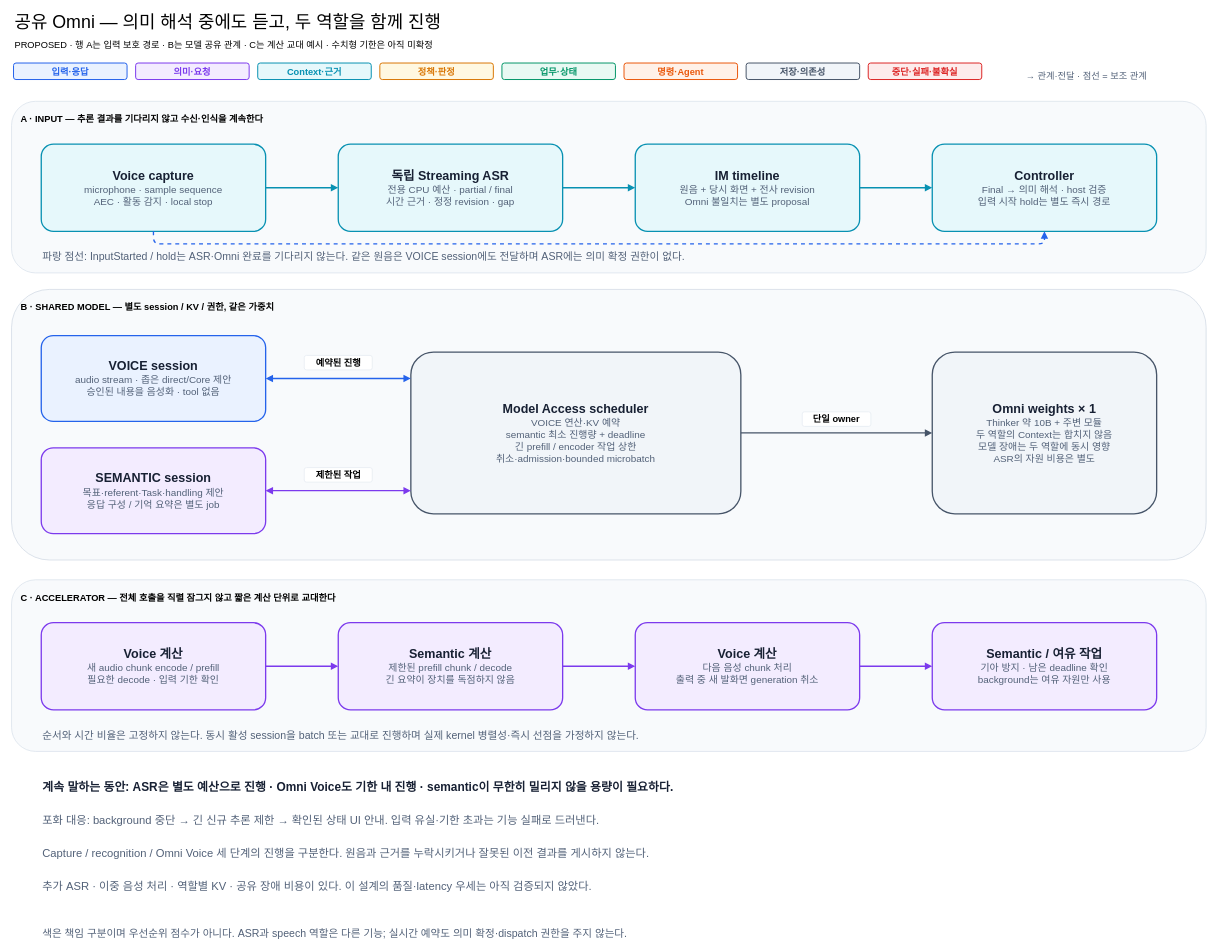
This is docs/architecture/12-decisions/target-architecture/diagrams/11-shared-omni-scheduling.drawio from cbyche/via-sw-architecture, a draw.io file, before an edit. Source tidied: cells renumbered, new cells numbered last; positions are measured from the earlier drawing's top-left corner, leaving out a move shared by most shapes. Both pictures are drawn from the tidied source at 66%, with x=0, y=0 at pixel (11, 12).
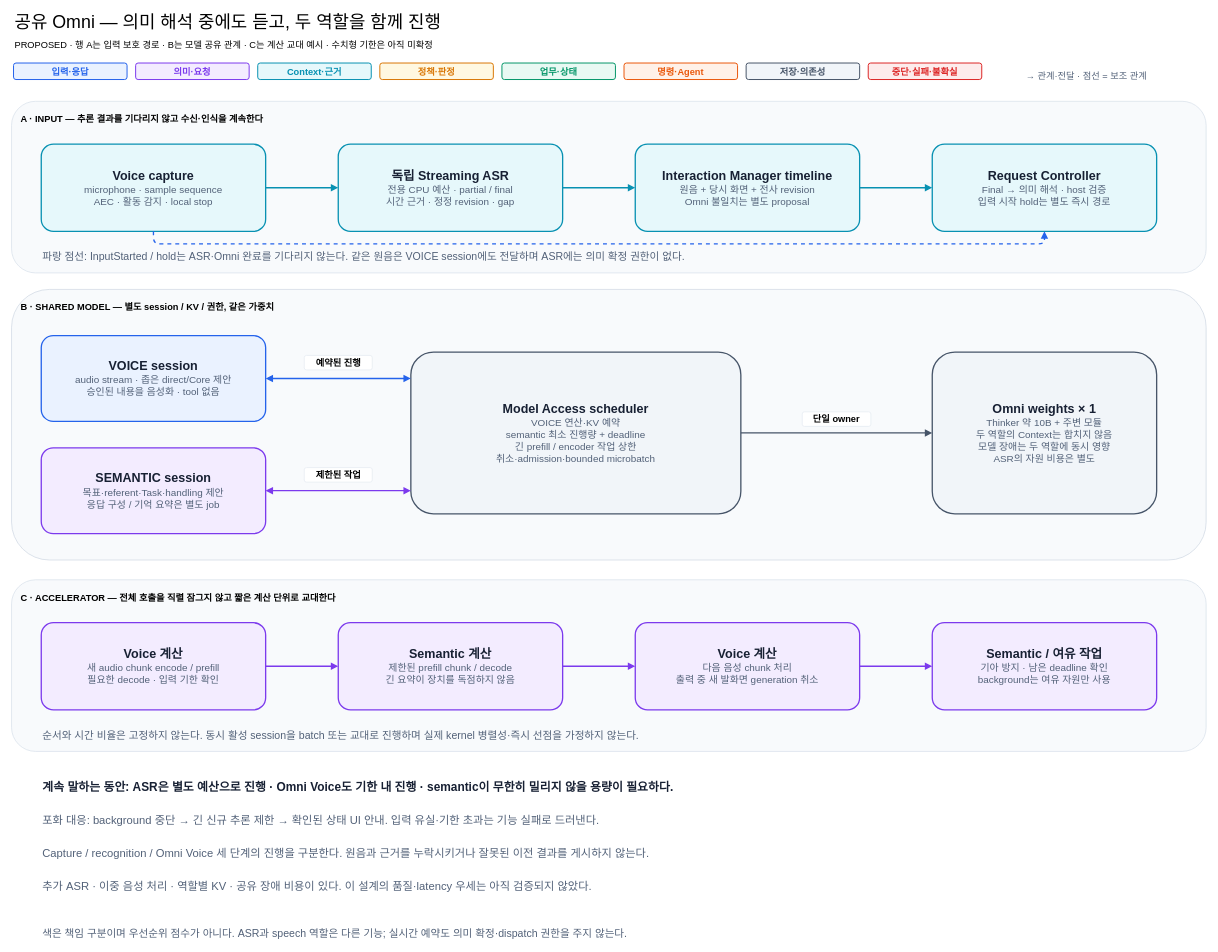
The same page after the edit.

The edit, as a diff of the source:
```diff
@@
-    <mxCell id="7" value="&lt;div style='font-size:19px;font-weight:bold'&gt;IM timeline&lt;/div&gt;&lt;div style='font-size:15px;color:#526178'&gt;원음 + 당시 화면 + 전사 revision&lt;/div&gt;&lt;div style='font-size:15px;color:#526178'&gt;Omni 불일치는 별도 proposal&lt;/div&gt;" style="shape=rectangle;rounded=1;whiteSpace=wrap;html=1;fillColor=#E6F8FB;strokeColor=#0891B2;strokeWidth=2;fontColor=#172033;dashed=0;arcSize=14;spacing=10;" parent="1" vertex="1">
+    <mxCell id="7" value="&lt;div style='font-size:19px;font-weight:bold'&gt;Interaction Manager timeline&lt;/div&gt;&lt;div style='font-size:15px;color:#526178'&gt;원음 + 당시 화면 + 전사 revision&lt;/div&gt;&lt;div style='font-size:15px;color:#526178'&gt;Omni 불일치는 별도 proposal&lt;/div&gt;" style="shape=rectangle;rounded=1;whiteSpace=wrap;html=1;fillColor=#E6F8FB;strokeColor=#0891B2;strokeWidth=2;fontColor=#172033;dashed=0;arcSize=14;spacing=10;" parent="1" vertex="1">
       <mxGeometry x="945" y="200" width="340" height="132" as="geometry" />
     </mxCell>
-    <mxCell id="8" value="&lt;div style='font-size:19px;font-weight:bold'&gt;Controller&lt;/div&gt;&lt;div style='font-size:15px;color:#526178'&gt;Final → 의미 해석 · host 검증&lt;/div&gt;&lt;div style='font-size:15px;color:#526178'&gt;입력 시작 hold는 별도 즉시 경로&lt;/div&gt;" style="shape=rectangle;rounded=1;whiteSpace=wrap;html=1;fillColor=#E6F8FB;strokeColor=#0891B2;strokeWidth=2;fontColor=#172033;dashed=0;arcSize=14;spacing=10;" parent="1" vertex="1">
+    <mxCell id="8" value="&lt;div style='font-size:19px;font-weight:bold'&gt;Request Controller&lt;/div&gt;&lt;div style='font-size:15px;color:#526178'&gt;Final → 의미 해석 · host 검증&lt;/div&gt;&lt;div style='font-size:15px;color:#526178'&gt;입력 시작 hold는 별도 즉시 경로&lt;/div&gt;" style="shape=rectangle;rounded=1;whiteSpace=wrap;html=1;fillColor=#E6F8FB;strokeColor=#0891B2;strokeWidth=2;fontColor=#172033;dashed=0;arcSize=14;spacing=10;" parent="1" vertex="1">
       <mxGeometry x="1395" y="200" width="340" height="132" as="geometry" />
     </mxCell>
```
